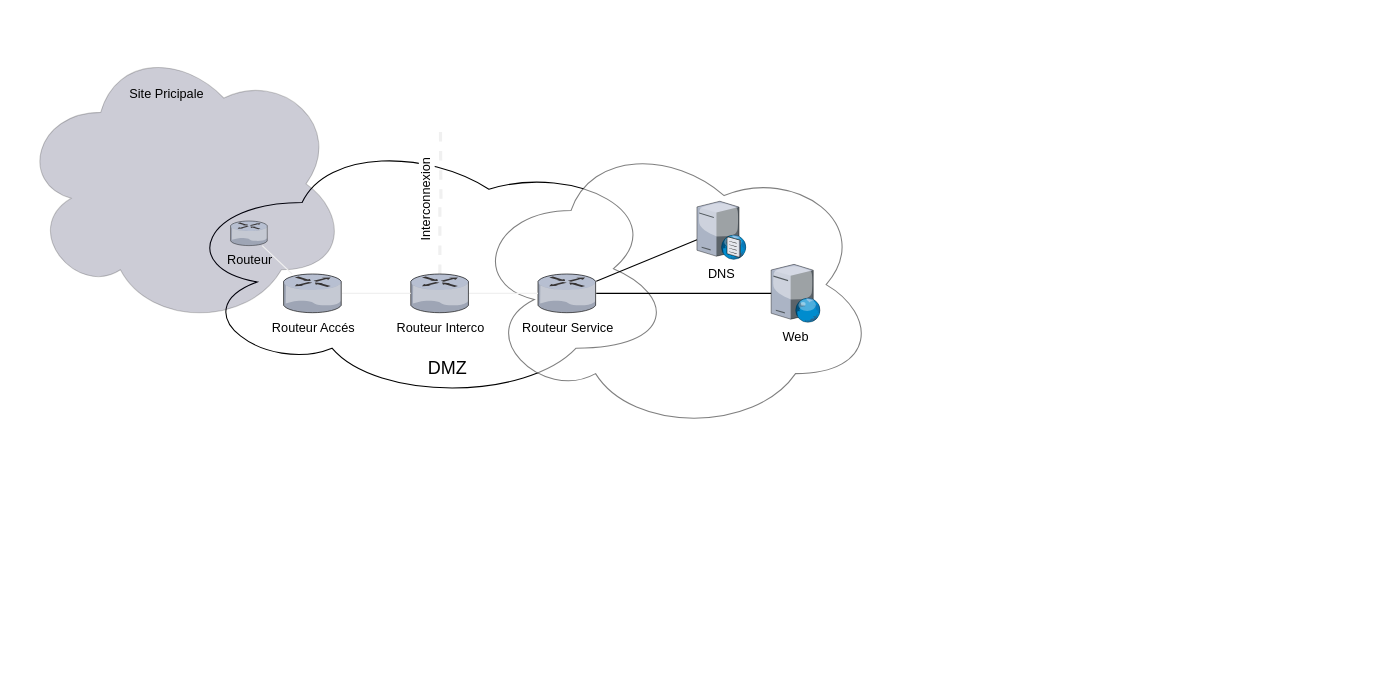
Earlier version of the draw.io diagram schema.drawio (DinoGurnari/Projet_Interco_GroupeA4). Source tidied: cells renumbered, new cells numbered last; positions are measured from the earlier drawing's top-left corner, leaving out a move shared by most shapes. Both pictures are drawn from the tidied source at 106%, with x=0, y=0 at pixel (18, 40).
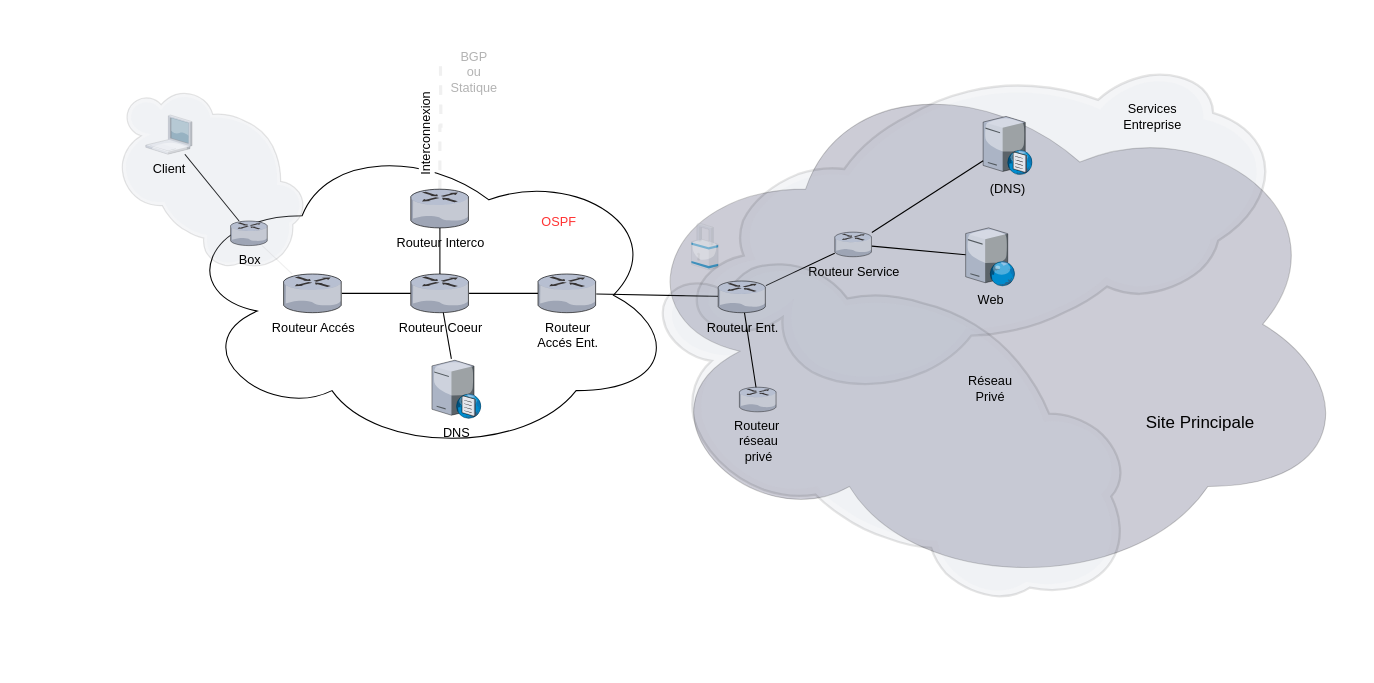
The same page after the edit.

Unchanged cells that the change refers to:
```xml
<mxCell id="11" value="Routeur Accés" style="verticalLabelPosition=bottom;html=1;verticalAlign=top;strokeColor=none;align=center;outlineConnect=0;shape=mxgraph.citrix.router;" parent="1" vertex="1">
  <mxGeometry x="250" y="220" width="55" height="36.5" as="geometry" />
</mxCell>
```

Diff of the diagram source:
```diff
@@
     <mxCell id="2" style="ellipse;shape=cloud;whiteSpace=wrap;html=1;" parent="1" vertex="1">
-      <mxGeometry x="150" y="90" width="470" height="250" as="geometry" />
+      <mxGeometry x="150" y="90" width="470" height="300" as="geometry" />
     </mxCell>
-    <mxCell id="3" style="ellipse;shape=cloud;whiteSpace=wrap;html=1;opacity=50;" parent="1" vertex="1">
-      <mxGeometry x="425" y="90" width="385" height="280" as="geometry" />
+    <mxCell id="3" style="ellipse;shape=cloud;whiteSpace=wrap;html=1;opacity=20;fillColor=#000033;" parent="1" vertex="1">
+      <mxGeometry x="570" y="12.4" width="690" height="510" as="geometry" />
     </mxCell>
     <mxCell id="4" style="edgeStyle=orthogonalEdgeStyle;rounded=0;jettySize=auto;html=1;strokeColor=#f0f0f0;endArrow=none;endFill=0;strokeWidth=3;dashed=1;" parent="1" edge="1" source="6">
       <mxGeometry relative="1" as="geometry">
-        <mxPoint x="398" y="80" as="targetPoint" />
+        <mxPoint x="398" y="20" as="targetPoint" />
       </mxGeometry>
     </mxCell>
@@
     <mxCell id="6" value="Routeur Interco" style="verticalLabelPosition=bottom;html=1;verticalAlign=top;strokeColor=none;align=center;outlineConnect=0;shape=mxgraph.citrix.router;" parent="1" vertex="1">
-      <mxGeometry x="370" y="220" width="55" height="36.5" as="geometry" />
+      <mxGeometry x="370" y="140" width="55" height="36.5" as="geometry" />
     </mxCell>
-    <mxCell id="7" value="Routeur Service" style="verticalLabelPosition=bottom;html=1;verticalAlign=top;strokeColor=none;align=center;outlineConnect=0;shape=mxgraph.citrix.router;" parent="1" vertex="1">
+    <mxCell id="7" value="Routeur&lt;br&gt;Accés Ent." style="verticalLabelPosition=bottom;html=1;verticalAlign=top;strokeColor=none;align=center;outlineConnect=0;shape=mxgraph.citrix.router;" parent="1" vertex="1">
       <mxGeometry x="490" y="220" width="55" height="36.5" as="geometry" />
     </mxCell>
-    <mxCell id="8" style="endArrow=none;html=1;strokeColor=#f0f0f0;strokeWidth=1;" parent="1" edge="1" source="11" target="6">
-      <mxGeometry relative="1" as="geometry" />
-    </mxCell>
-    <mxCell id="9" style="endArrow=none;html=1;strokeColor=#f0f0f0;strokeWidth=1;" parent="1" edge="1" source="6" target="7">
-      <mxGeometry relative="1" as="geometry" />
-    </mxCell>
-    <mxCell id="10" style="ellipse;shape=cloud;whiteSpace=wrap;html=1;opacity=20;fillColor=#000033;" parent="1" vertex="1">
-      <mxGeometry width="310" height="270" as="geometry" />
-    </mxCell>
@@
+    <mxCell id="13" style="endArrow=none;html=1;strokeColor=#f0f0f0;strokeWidth=1;" parent="1" edge="1" source="12" target="11">
+      <mxGeometry relative="1" as="geometry" />
+    </mxCell>
+    <mxCell id="20" value="Routeur Coeur" style="verticalLabelPosition=bottom;html=1;verticalAlign=top;strokeColor=none;align=center;outlineConnect=0;shape=mxgraph.citrix.router;" parent="1" vertex="1">
+      <mxGeometry x="370" y="220" width="55" height="36.5" as="geometry" />
+    </mxCell>
+    <mxCell id="21" style="endArrow=none;html=1;" parent="1" edge="1" source="20" target="6">
+      <mxGeometry relative="1" as="geometry" />
+    </mxCell>
+    <mxCell id="22" style="endArrow=none;html=1;" parent="1" edge="1" source="20" target="7">
+      <mxGeometry relative="1" as="geometry" />
+    </mxCell>
+    <mxCell id="23" style="endArrow=none;html=1;" parent="1" edge="1" source="11" target="20">
+      <mxGeometry relative="1" as="geometry" />
+    </mxCell>
+    <mxCell id="24" style="endArrow=none;html=1;" parent="1" edge="1" source="7" target="44">
+      <mxGeometry relative="1" as="geometry" />
+    </mxCell>
+    <mxCell id="25" style="endArrow=none;html=1;" parent="1" edge="1" source="27" target="12">
+      <mxGeometry relative="1" as="geometry" />
+    </mxCell>
+    <mxCell id="26" style="verticalLabelPosition=bottom;html=1;verticalAlign=top;strokeColor=none;align=center;shape=mxgraph.citrix.cloud;fillColor=#2a2a2a;opacity=10;rotation=45;" parent="1" vertex="1">
+      <mxGeometry x="80" y="61.9" width="201.3" height="131.4" as="geometry" />
+    </mxCell>
+    <mxCell id="27" value="Client" style="verticalLabelPosition=bottom;html=1;verticalAlign=top;strokeColor=none;align=center;outlineConnect=0;shape=mxgraph.citrix.laptop_1;fillColor=#2a2a2a;opacity=30;" parent="1" vertex="1">
+      <mxGeometry x="120" y="70" width="43.7" height="37" as="geometry" />
+    </mxCell>
-    <mxCell id="12" value="Routeur" style="verticalLabelPosition=bottom;html=1;verticalAlign=top;strokeColor=none;align=center;outlineConnect=0;shape=mxgraph.citrix.router;" parent="1" vertex="1">
+    <mxCell id="12" value="Box" style="verticalLabelPosition=bottom;html=1;verticalAlign=top;strokeColor=none;align=center;outlineConnect=0;shape=mxgraph.citrix.router;" parent="1" vertex="1">
       <mxGeometry x="200" y="170" width="35" height="23.2" as="geometry" />
     </mxCell>
-    <mxCell id="13" style="endArrow=none;html=1;strokeColor=#f0f0f0;strokeWidth=1;" parent="1" edge="1" source="12" target="11">
-      <mxGeometry relative="1" as="geometry" />
-    </mxCell>
-    <mxCell id="14" value="Site Pricipale" style="text;html=1;strokeColor=none;fillColor=none;align=center;verticalAlign=middle;whiteSpace=wrap;rounded=0;opacity=20;" parent="1" vertex="1">
-      <mxGeometry x="100" y="40" width="80" height="20" as="geometry" />
-    </mxCell>
-    <mxCell id="15" value="&lt;font style=&quot;font-size: 17px&quot;&gt;DMZ&lt;/font&gt;" style="text;html=1;strokeColor=none;fillColor=none;align=center;verticalAlign=middle;whiteSpace=wrap;rounded=0;opacity=20;" parent="1" vertex="1">
-      <mxGeometry x="385" y="300" width="40" height="20" as="geometry" />
-    </mxCell>
+    <mxCell id="28" style="verticalLabelPosition=bottom;html=1;verticalAlign=top;strokeColor=none;align=center;shape=mxgraph.citrix.security;fillColor=#2a2a2a;opacity=10;" parent="1" vertex="1">
+      <mxGeometry x="634.8" y="171.9" width="25.2" height="44.2" as="geometry" />
+    </mxCell>
+    <mxCell id="29" style="verticalLabelPosition=bottom;html=1;verticalAlign=top;strokeColor=none;align=center;shape=mxgraph.citrix.cloud;fillColor=#2a2a2a;opacity=10;rotation=-15;" parent="1" vertex="1">
+      <mxGeometry x="627.7" y="46.1" width="555" height="254.2" as="geometry" />
+    </mxCell>
-    <mxCell id="16" value="DNS" style="verticalLabelPosition=bottom;html=1;verticalAlign=top;strokeColor=none;align=center;outlineConnect=0;shape=mxgraph.citrix.dns_server;" parent="1" vertex="1">
-      <mxGeometry x="640" y="150" width="46.5" height="56.2" as="geometry" />
+    <mxCell id="16" value="(DNS)" style="verticalLabelPosition=bottom;html=1;verticalAlign=top;strokeColor=none;align=center;outlineConnect=0;shape=mxgraph.citrix.dns_server;" parent="1" vertex="1">
+      <mxGeometry x="910" y="70" width="46.5" height="56.2" as="geometry" />
     </mxCell>
     <mxCell id="17" value="Web" style="verticalLabelPosition=bottom;html=1;verticalAlign=top;strokeColor=none;align=center;outlineConnect=0;shape=mxgraph.citrix.web_server;" parent="1" vertex="1">
-      <mxGeometry x="710" y="210.9" width="46.5" height="54.7" as="geometry" />
+      <mxGeometry x="893.5" y="176.5" width="46.5" height="54.7" as="geometry" />
     </mxCell>
-    <mxCell id="18" style="endArrow=none;html=1;" parent="1" edge="1" source="7" target="16">
-      <mxGeometry relative="1" as="geometry" />
-    </mxCell>
-    <mxCell id="19" style="endArrow=none;html=1;" parent="1" edge="1" source="7" target="17">
-      <mxGeometry relative="1" as="geometry" />
-    </mxCell>
+    <mxCell id="30" value="Services Entreprise" style="text;html=1;strokeColor=none;fillColor=none;align=center;verticalAlign=middle;whiteSpace=wrap;rounded=0;opacity=10;" parent="1" vertex="1">
+      <mxGeometry x="1050" y="61.9" width="40" height="20" as="geometry" />
+    </mxCell>
+    <mxCell id="31" value="Routeur Service" style="verticalLabelPosition=bottom;html=1;verticalAlign=top;strokeColor=none;align=center;outlineConnect=0;shape=mxgraph.citrix.router;" parent="1" vertex="1">
+      <mxGeometry x="770" y="180.5" width="35" height="23.2" as="geometry" />
+    </mxCell>
+    <mxCell id="32" style="endArrow=none;html=1;" parent="1" edge="1" source="31" target="16">
+      <mxGeometry relative="1" as="geometry" />
+    </mxCell>
+    <mxCell id="33" style="endArrow=none;html=1;" parent="1" edge="1" source="31" target="17">
+      <mxGeometry relative="1" as="geometry" />
+    </mxCell>
+    <mxCell id="34" style="endArrow=none;html=1;" parent="1" edge="1" source="31" target="44">
+      <mxGeometry relative="1" as="geometry" />
+    </mxCell>
+    <mxCell id="35" value="DNS" style="verticalLabelPosition=bottom;html=1;verticalAlign=top;strokeColor=none;align=center;outlineConnect=0;shape=mxgraph.citrix.dns_server;" parent="1" vertex="1">
+      <mxGeometry x="390" y="300" width="46.5" height="56.2" as="geometry" />
+    </mxCell>
+    <mxCell id="36" style="endArrow=none;html=1;" parent="1" edge="1" source="20" target="35">
+      <mxGeometry relative="1" as="geometry" />
+    </mxCell>
+    <mxCell id="37" value="&lt;font color=&quot;#b3b3b3&quot;&gt;BGP&lt;br&gt;ou&lt;br&gt;Statique&lt;/font&gt;" style="text;html=1;strokeColor=none;fillColor=none;align=center;verticalAlign=middle;whiteSpace=wrap;rounded=0;opacity=10;" parent="1" vertex="1">
+      <mxGeometry x="410" y="20" width="40" height="20" as="geometry" />
+    </mxCell>
+    <mxCell id="38" value="&lt;font color=&quot;#ff3333&quot;&gt;OSPF&lt;/font&gt;" style="text;html=1;strokeColor=none;fillColor=none;align=center;verticalAlign=middle;whiteSpace=wrap;rounded=0;opacity=10;" parent="1" vertex="1">
+      <mxGeometry x="490" y="160.5" width="40" height="20" as="geometry" />
+    </mxCell>
+    <mxCell id="39" style="verticalLabelPosition=bottom;html=1;verticalAlign=top;strokeColor=none;align=center;shape=mxgraph.citrix.cloud;fillColor=#2a2a2a;opacity=10;rotation=30;" parent="1" vertex="1">
+      <mxGeometry x="580" y="238.1" width="490" height="243.7" as="geometry" />
+    </mxCell>
+    <mxCell id="40" value="Routeur&amp;nbsp;&lt;br&gt;réseau&lt;br&gt;privé" style="verticalLabelPosition=bottom;html=1;verticalAlign=top;strokeColor=none;align=center;outlineConnect=0;shape=mxgraph.citrix.router;" parent="1" vertex="1">
+      <mxGeometry x="680" y="326.8" width="35" height="23.2" as="geometry" />
+    </mxCell>
+    <mxCell id="41" value="Réseau&lt;br&gt;Privé" style="text;html=1;strokeColor=none;fillColor=none;align=center;verticalAlign=middle;whiteSpace=wrap;rounded=0;opacity=10;" parent="1" vertex="1">
+      <mxGeometry x="896.8" y="318.1" width="40" height="20" as="geometry" />
+    </mxCell>
+    <mxCell id="42" value="&lt;font style=&quot;font-size: 16px&quot;&gt;Site Principale&lt;/font&gt;" style="text;html=1;strokeColor=none;fillColor=none;align=center;verticalAlign=middle;whiteSpace=wrap;rounded=0;opacity=10;" parent="1" vertex="1">
+      <mxGeometry x="1060" y="350" width="110" height="20" as="geometry" />
+    </mxCell>
+    <mxCell id="43" style="endArrow=none;html=1;" parent="1" edge="1" source="44" target="40">
+      <mxGeometry relative="1" as="geometry" />
+    </mxCell>
+    <mxCell id="44" value="Routeur&amp;nbsp;Ent." style="verticalLabelPosition=bottom;html=1;verticalAlign=top;strokeColor=none;align=center;outlineConnect=0;shape=mxgraph.citrix.router;" parent="1" vertex="1">
+      <mxGeometry x="660" y="226.6" width="45" height="29.9" as="geometry" />
+    </mxCell>
```
